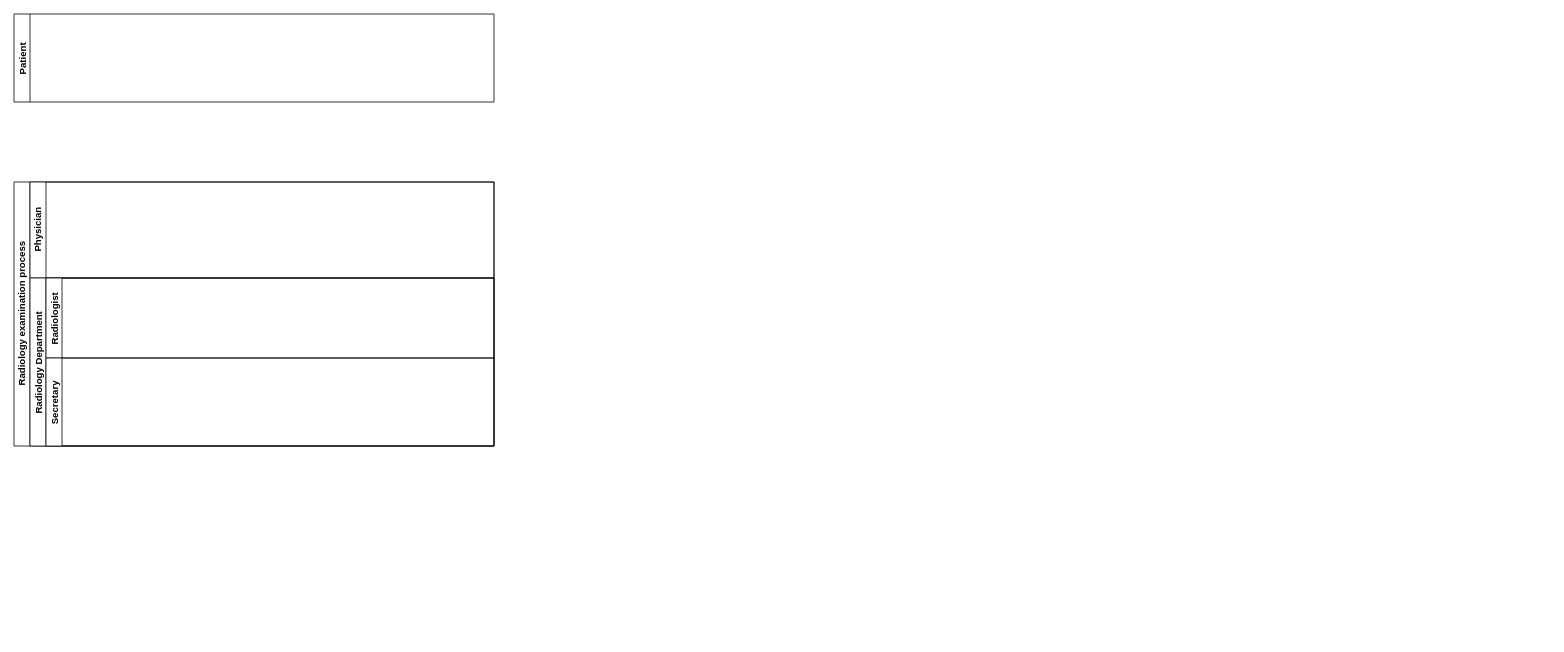
Earlier version of the draw.io diagram radiology_examinations.drawio (gullskatten/BPMN-models). Source tidied: cells renumbered, new cells numbered last; positions are measured from the earlier drawing's top-left corner, leaving out a move shared by most shapes. Both pictures are drawn from the tidied source at 80%, with x=0, y=0 at pixel (14, 14).
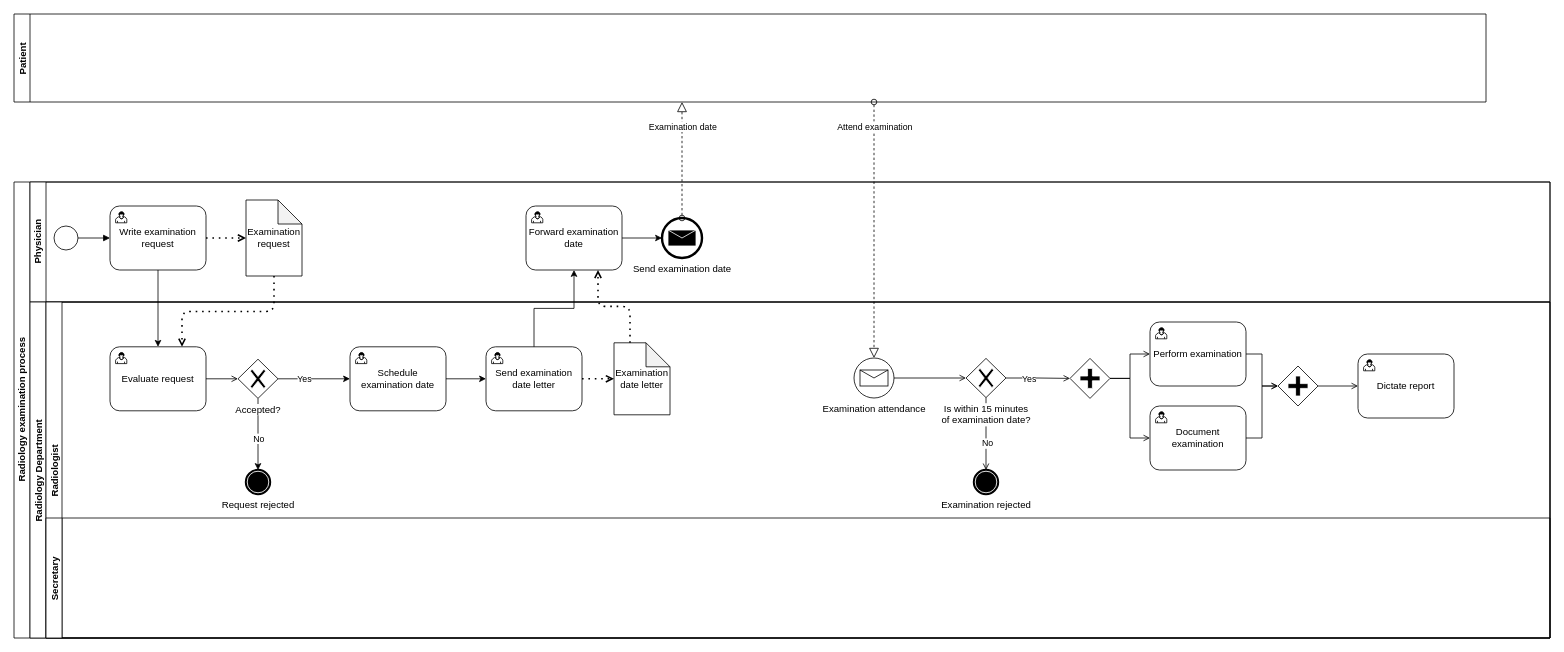
After the change.

Diff of the diagram source:
```diff
@@
     <mxCell id="2" value="Patient" style="swimlane;startSize=20;horizontal=0;" parent="1" vertex="1">
-      <mxGeometry width="600" height="110" as="geometry" />
+      <mxGeometry width="1840" height="110" as="geometry" />
     </mxCell>
     <mxCell id="3" value="Radiology examination process" style="swimlane;html=1;horizontal=0;startSize=20;" parent="1" vertex="1">
-      <mxGeometry y="210" width="600" height="330" as="geometry" />
+      <mxGeometry y="210" width="1920" height="570" as="geometry" />
     </mxCell>
     <mxCell id="4" value="Physician" style="swimlane;html=1;startSize=20;horizontal=0;" parent="3" vertex="1">
-      <mxGeometry x="20" width="580" height="120" as="geometry" />
+      <mxGeometry x="20" width="1900" height="150" as="geometry" />
     </mxCell>
+    <mxCell id="8" style="endArrow=block;endFill=1;endSize=6;html=1;exitX=1;exitY=0.5;exitDx=0;exitDy=0;entryX=0;entryY=0.5;entryDx=0;entryDy=0;" parent="4" edge="1" source="11" target="12">
+      <mxGeometry relative="1" as="geometry" />
+    </mxCell>
+    <mxCell id="9" style="edgeStyle=orthogonalEdgeStyle;rounded=0;jettySize=auto;html=1;" parent="4" edge="1" source="14" target="10">
+      <mxGeometry relative="1" as="geometry" />
+    </mxCell>
+    <mxCell id="10" value="Send examination date" style="shape=mxgraph.bpmn.shape;html=1;verticalLabelPosition=bottom;labelBackgroundColor=#ffffff;verticalAlign=top;align=center;perimeter=ellipsePerimeter;outlineConnect=0;outline=end;symbol=message;" parent="4" vertex="1">
+      <mxGeometry x="790" y="45" width="50" height="50" as="geometry" />
+    </mxCell>
+    <mxCell id="11" style="shape=mxgraph.bpmn.shape;html=1;verticalLabelPosition=bottom;labelBackgroundColor=#ffffff;verticalAlign=top;align=center;perimeter=ellipsePerimeter;outlineConnect=0;outline=standard;symbol=general;" parent="4" vertex="1">
+      <mxGeometry x="30" y="55" width="30" height="30" as="geometry" />
+    </mxCell>
+    <mxCell id="12" value="Write examination request" style="html=1;whiteSpace=wrap;rounded=1;" parent="4" vertex="1">
+      <mxGeometry x="100" y="30" width="120" height="80" as="geometry" />
+    </mxCell>
+    <mxCell id="13" style="html=1;shape=mxgraph.bpmn.user_task;" parent="12" vertex="1">
+      <mxGeometry width="14" height="14" relative="1" as="geometry">
+        <mxPoint x="7" y="7" as="offset" />
+      </mxGeometry>
+    </mxCell>
+    <mxCell id="14" value="Forward examination date" style="html=1;whiteSpace=wrap;rounded=1;" parent="4" vertex="1">
+      <mxGeometry x="620" y="30" width="120" height="80" as="geometry" />
+    </mxCell>
+    <mxCell id="15" style="html=1;shape=mxgraph.bpmn.user_task;" parent="14" vertex="1">
+      <mxGeometry width="14" height="14" relative="1" as="geometry">
+        <mxPoint x="7" y="7" as="offset" />
+      </mxGeometry>
+    </mxCell>
+    <mxCell id="16" style="endArrow=open;dashed=1;html=1;dashPattern=1 3;strokeWidth=2;exitX=1;exitY=0.5;exitDx=0;exitDy=0;entryX=0;entryY=0.5;entryDx=0;entryDy=0;endFill=0;edgeStyle=orthogonalEdgeStyle;entryPerimeter=0;" parent="4" edge="1" source="12" target="17">
+      <mxGeometry relative="1" as="geometry" />
+    </mxCell>
+    <mxCell id="17" value="Examination request" style="shape=note;whiteSpace=wrap;html=1;backgroundOutline=1;darkOpacity=0.05;" parent="4" vertex="1">
+      <mxGeometry x="270" y="22.5" width="70" height="95" as="geometry" />
+    </mxCell>
     <mxCell id="5" value="Radiology Department" style="swimlane;startSize=20;horizontal=0;" parent="3" vertex="1">
-      <mxGeometry x="20" y="120" width="580" height="210" as="geometry" />
+      <mxGeometry x="20" y="150" width="1900" height="420" as="geometry" />
     </mxCell>
     <mxCell id="6" value="Radiologist" style="swimlane;startSize=20;horizontal=0;" parent="5" vertex="1">
-      <mxGeometry x="20" width="560" height="100" as="geometry" />
+      <mxGeometry x="20" width="1880" height="420" as="geometry" />
     </mxCell>
+    <mxCell id="18" style="edgeStyle=orthogonalEdgeStyle;rounded=0;jettySize=auto;html=1;entryX=0.5;entryY=0;entryDx=0;entryDy=0;exitX=0.5;exitY=1;exitDx=0;exitDy=0;" parent="6" edge="1" source="36" target="52">
+      <mxGeometry relative="1" as="geometry" />
+    </mxCell>
+    <mxCell id="19" value="No" style="edgeLabel;html=1;align=center;verticalAlign=middle;" parent="18" vertex="1">
+      <mxGeometry x="-0.3" y="1" relative="1" as="geometry">
+        <mxPoint x="-1" y="18.6" as="offset" />
+      </mxGeometry>
+    </mxCell>
+    <mxCell id="20" style="edgeStyle=orthogonalEdgeStyle;rounded=0;jettySize=auto;html=1;entryX=0;entryY=0.5;entryDx=0;entryDy=0;" parent="6" edge="1" source="36" target="37">
+      <mxGeometry relative="1" as="geometry" />
+    </mxCell>
+    <mxCell id="21" value="Yes" style="edgeLabel;html=1;align=center;verticalAlign=middle;" parent="20" vertex="1">
+      <mxGeometry x="-0.28" relative="1" as="geometry" />
+    </mxCell>
+    <mxCell id="22" style="edgeStyle=orthogonalEdgeStyle;rounded=0;jettySize=auto;html=1;entryX=0.5;entryY=0;entryDx=0;entryDy=0;endArrow=open;endFill=0;" parent="6" edge="1" source="40" target="53">
+      <mxGeometry relative="1" as="geometry" />
+    </mxCell>
+    <mxCell id="23" value="No" style="edgeLabel;html=1;align=center;verticalAlign=middle;" parent="22" vertex="1">
+      <mxGeometry x="0.26" y="1" relative="1" as="geometry" />
+    </mxCell>
+    <mxCell id="24" style="edgeStyle=orthogonalEdgeStyle;rounded=0;jettySize=auto;html=1;endArrow=open;endFill=0;entryX=0;entryY=0.5;entryDx=0;entryDy=0;" parent="6" edge="1" source="40" target="44">
+      <mxGeometry relative="1" as="geometry" />
+    </mxCell>
+    <mxCell id="25" value="Yes" style="edgeLabel;html=1;align=center;verticalAlign=middle;" parent="24" vertex="1">
+      <mxGeometry x="-0.3" y="-5" relative="1" as="geometry">
+        <mxPoint y="-4" as="offset" />
+      </mxGeometry>
+    </mxCell>
+    <mxCell id="26" style="edgeStyle=orthogonalEdgeStyle;rounded=0;jettySize=auto;html=1;entryX=0;entryY=0.5;entryDx=0;entryDy=0;endArrow=open;endFill=0;" parent="6" edge="1" source="27" target="48">
+      <mxGeometry relative="1" as="geometry" />
+    </mxCell>
+    <mxCell id="27" value="Perform examination" style="html=1;whiteSpace=wrap;rounded=1;" parent="6" vertex="1">
+      <mxGeometry x="1380" y="25" width="120" height="80" as="geometry" />
+    </mxCell>
+    <mxCell id="28" style="html=1;shape=mxgraph.bpmn.user_task;" parent="27" vertex="1">
+      <mxGeometry width="14" height="14" relative="1" as="geometry">
+        <mxPoint x="7" y="7" as="offset" />
+      </mxGeometry>
+    </mxCell>
+    <mxCell id="29" value="Send examination date letter" style="html=1;whiteSpace=wrap;rounded=1;" parent="6" vertex="1">
+      <mxGeometry x="550" y="56" width="120" height="80" as="geometry" />
+    </mxCell>
+    <mxCell id="30" style="html=1;shape=mxgraph.bpmn.user_task;" parent="29" vertex="1">
+      <mxGeometry width="14" height="14" relative="1" as="geometry">
+        <mxPoint x="7" y="7" as="offset" />
+      </mxGeometry>
+    </mxCell>
+    <mxCell id="31" style="edgeStyle=orthogonalEdgeStyle;rounded=0;jettySize=auto;html=1;entryX=0;entryY=0.5;entryDx=0;entryDy=0;" parent="6" edge="1" source="37" target="29">
+      <mxGeometry relative="1" as="geometry" />
+    </mxCell>
+    <mxCell id="32" style="endArrow=open;dashed=1;html=1;dashPattern=1 3;strokeWidth=2;exitX=1;exitY=0.5;exitDx=0;exitDy=0;entryX=0;entryY=0.5;entryDx=0;entryDy=0;entryPerimeter=0;endFill=0;" parent="6" edge="1" source="29" target="39">
+      <mxGeometry relative="1" as="geometry" />
+    </mxCell>
+    <mxCell id="33" style="edgeStyle=orthogonalEdgeStyle;rounded=0;jettySize=auto;html=1;entryX=0;entryY=0.5;entryDx=0;entryDy=0;endArrow=open;endFill=0;" parent="6" edge="1" source="34" target="36">
+      <mxGeometry relative="1" as="geometry" />
+    </mxCell>
+    <mxCell id="34" value="Evaluate request" style="html=1;whiteSpace=wrap;rounded=1;" parent="6" vertex="1">
+      <mxGeometry x="80" y="56" width="120" height="80" as="geometry" />
+    </mxCell>
+    <mxCell id="35" style="html=1;shape=mxgraph.bpmn.user_task;" parent="34" vertex="1">
+      <mxGeometry width="14" height="14" relative="1" as="geometry">
+        <mxPoint x="7" y="7" as="offset" />
+      </mxGeometry>
+    </mxCell>
+    <mxCell id="36" value="Accepted?" style="shape=mxgraph.bpmn.shape;html=1;verticalLabelPosition=bottom;labelBackgroundColor=#ffffff;verticalAlign=top;align=center;perimeter=rhombusPerimeter;background=gateway;outlineConnect=0;outline=none;symbol=exclusiveGw;" parent="6" vertex="1">
+      <mxGeometry x="240" y="71.5" width="50" height="49" as="geometry" />
+    </mxCell>
+    <mxCell id="37" value="Schedule examination date" style="html=1;whiteSpace=wrap;rounded=1;" parent="6" vertex="1">
+      <mxGeometry x="380" y="56" width="120" height="80" as="geometry" />
+    </mxCell>
+    <mxCell id="38" style="html=1;shape=mxgraph.bpmn.user_task;" parent="37" vertex="1">
+      <mxGeometry width="14" height="14" relative="1" as="geometry">
+        <mxPoint x="7" y="7" as="offset" />
+      </mxGeometry>
+    </mxCell>
+    <mxCell id="39" value="Examination date letter" style="shape=note;whiteSpace=wrap;html=1;backgroundOutline=1;darkOpacity=0.05;" parent="6" vertex="1">
+      <mxGeometry x="710" y="51" width="70" height="90" as="geometry" />
+    </mxCell>
+    <mxCell id="40" value="Is within 15 minutes&lt;br&gt;of examination date?" style="shape=mxgraph.bpmn.shape;html=1;verticalLabelPosition=bottom;labelBackgroundColor=#ffffff;verticalAlign=top;align=center;perimeter=rhombusPerimeter;background=gateway;outlineConnect=0;outline=none;symbol=exclusiveGw;" parent="6" vertex="1">
+      <mxGeometry x="1150" y="70.5" width="50" height="49" as="geometry" />
+    </mxCell>
+    <mxCell id="41" value="Examination attendance" style="shape=mxgraph.bpmn.shape;html=1;verticalLabelPosition=bottom;labelBackgroundColor=#ffffff;verticalAlign=top;align=center;perimeter=ellipsePerimeter;outlineConnect=0;outline=standard;symbol=message;" parent="6" vertex="1">
+      <mxGeometry x="1010" y="70" width="50" height="50" as="geometry" />
+    </mxCell>
+    <mxCell id="42" style="edgeStyle=orthogonalEdgeStyle;rounded=0;jettySize=auto;html=1;entryX=0;entryY=0.5;entryDx=0;entryDy=0;endArrow=open;endFill=0;" parent="6" edge="1" source="44" target="27">
+      <mxGeometry relative="1" as="geometry" />
+    </mxCell>
+    <mxCell id="43" style="edgeStyle=orthogonalEdgeStyle;rounded=0;jettySize=auto;html=1;entryX=0;entryY=0.5;entryDx=0;entryDy=0;endArrow=open;endFill=0;" parent="6" edge="1" source="44" target="50">
+      <mxGeometry relative="1" as="geometry" />
+    </mxCell>
+    <mxCell id="44" style="shape=mxgraph.bpmn.shape;html=1;verticalLabelPosition=bottom;labelBackgroundColor=#ffffff;verticalAlign=top;align=center;perimeter=rhombusPerimeter;background=gateway;outlineConnect=0;outline=none;symbol=parallelGw;" parent="6" vertex="1">
+      <mxGeometry x="1280" y="70.5" width="50" height="50" as="geometry" />
+    </mxCell>
+    <mxCell id="45" value="Dictate report" style="html=1;whiteSpace=wrap;rounded=1;" parent="6" vertex="1">
+      <mxGeometry x="1640" y="65" width="120" height="80" as="geometry" />
+    </mxCell>
+    <mxCell id="46" style="html=1;shape=mxgraph.bpmn.user_task;" parent="45" vertex="1">
+      <mxGeometry width="14" height="14" relative="1" as="geometry">
+        <mxPoint x="7" y="7" as="offset" />
+      </mxGeometry>
+    </mxCell>
+    <mxCell id="47" style="edgeStyle=orthogonalEdgeStyle;rounded=0;jettySize=auto;html=1;entryX=0;entryY=0.5;entryDx=0;entryDy=0;endArrow=open;endFill=0;" parent="6" edge="1" source="48" target="45">
+      <mxGeometry relative="1" as="geometry" />
+    </mxCell>
+    <mxCell id="48" style="shape=mxgraph.bpmn.shape;html=1;verticalLabelPosition=bottom;labelBackgroundColor=#ffffff;verticalAlign=top;align=center;perimeter=rhombusPerimeter;background=gateway;outlineConnect=0;outline=none;symbol=parallelGw;" parent="6" vertex="1">
+      <mxGeometry x="1540" y="80" width="50" height="50" as="geometry" />
+    </mxCell>
+    <mxCell id="49" style="edgeStyle=orthogonalEdgeStyle;rounded=0;jettySize=auto;html=1;endArrow=open;endFill=0;" parent="6" edge="1" source="50" target="48">
+      <mxGeometry relative="1" as="geometry" />
+    </mxCell>
+    <mxCell id="50" value="Document examination" style="html=1;whiteSpace=wrap;rounded=1;" parent="6" vertex="1">
+      <mxGeometry x="1380" y="130" width="120" height="80" as="geometry" />
+    </mxCell>
+    <mxCell id="51" style="html=1;shape=mxgraph.bpmn.user_task;" parent="50" vertex="1">
+      <mxGeometry width="14" height="14" relative="1" as="geometry">
+        <mxPoint x="7" y="7" as="offset" />
+      </mxGeometry>
+    </mxCell>
+    <mxCell id="52" value="Request rejected" style="shape=mxgraph.bpmn.shape;html=1;verticalLabelPosition=bottom;labelBackgroundColor=#ffffff;verticalAlign=top;align=center;perimeter=ellipsePerimeter;outlineConnect=0;outline=end;symbol=terminate;" parent="6" vertex="1">
+      <mxGeometry x="250" y="210" width="30" height="30" as="geometry" />
+    </mxCell>
+    <mxCell id="53" value="Examination rejected" style="shape=mxgraph.bpmn.shape;html=1;verticalLabelPosition=bottom;labelBackgroundColor=#ffffff;verticalAlign=top;align=center;perimeter=ellipsePerimeter;outlineConnect=0;outline=end;symbol=terminate;" parent="6" vertex="1">
+      <mxGeometry x="1160" y="210" width="30" height="30" as="geometry" />
+    </mxCell>
-    <mxCell id="7" value="Secretary" style="swimlane;startSize=20;horizontal=0;" parent="5" vertex="1">
-      <mxGeometry x="20" y="100" width="560" height="110" as="geometry" />
+    <mxCell id="7" value="Secretary" style="swimlane;startSize=20;horizontal=0;" parent="6" vertex="1">
+      <mxGeometry y="270" width="1880" height="150" as="geometry" />
     </mxCell>
+    <mxCell id="54" style="edgeStyle=orthogonalEdgeStyle;rounded=0;jettySize=auto;html=1;entryX=0;entryY=0.5;entryDx=0;entryDy=0;endArrow=open;endFill=0;exitX=1;exitY=0.5;exitDx=0;exitDy=0;" parent="6" edge="1" source="41" target="40">
+      <mxGeometry relative="1" as="geometry" />
+    </mxCell>
+    <mxCell id="55" style="edgeStyle=orthogonalEdgeStyle;rounded=0;jettySize=auto;html=1;" parent="3" edge="1" source="12" target="34">
+      <mxGeometry relative="1" as="geometry" />
+    </mxCell>
+    <mxCell id="56" style="edgeStyle=orthogonalEdgeStyle;rounded=0;jettySize=auto;html=1;entryX=0.5;entryY=1;entryDx=0;entryDy=0;" parent="3" edge="1" source="29" target="14">
+      <mxGeometry relative="1" as="geometry" />
+    </mxCell>
+    <mxCell id="57" style="endArrow=open;dashed=1;html=1;dashPattern=1 3;strokeWidth=2;exitX=0;exitY=0;exitDx=20;exitDy=0;entryX=0.75;entryY=1;entryDx=0;entryDy=0;endFill=0;exitPerimeter=0;edgeStyle=orthogonalEdgeStyle;" parent="3" edge="1" source="39" target="14">
+      <mxGeometry relative="1" as="geometry" />
+    </mxCell>
+    <mxCell id="58" style="endArrow=open;dashed=1;html=1;dashPattern=1 3;strokeWidth=2;exitX=0.5;exitY=1;exitDx=0;exitDy=0;entryX=0.75;entryY=0;entryDx=0;entryDy=0;endFill=0;exitPerimeter=0;edgeStyle=orthogonalEdgeStyle;" parent="3" edge="1" source="17" target="34">
+      <mxGeometry relative="1" as="geometry" />
+    </mxCell>
+    <mxCell id="59" style="startArrow=oval;startFill=0;startSize=7;endArrow=block;endFill=0;endSize=10;dashed=1;html=1;exitX=0.5;exitY=0;exitDx=0;exitDy=0;" parent="1" edge="1" source="10">
+      <mxGeometry relative="1" as="geometry">
+        <mxPoint x="835" y="110" as="targetPoint" />
+      </mxGeometry>
+    </mxCell>
+    <mxCell id="60" value="Examination date" style="edgeLabel;html=1;align=center;verticalAlign=middle;" parent="59" vertex="1">
+      <mxGeometry x="0.59" relative="1" as="geometry" />
+    </mxCell>
+    <mxCell id="61" style="startArrow=oval;startFill=0;startSize=7;endArrow=block;endFill=0;endSize=10;dashed=1;html=1;entryX=0.5;entryY=0;entryDx=0;entryDy=0;" parent="1" edge="1" target="41">
+      <mxGeometry relative="1" as="geometry">
+        <mxPoint x="1075" y="110" as="sourcePoint" />
+      </mxGeometry>
+    </mxCell>
+    <mxCell id="62" value="Attend examination" style="edgeLabel;html=1;align=center;verticalAlign=middle;" parent="61" vertex="1">
+      <mxGeometry x="0.59" relative="1" as="geometry">
+        <mxPoint y="-223.3" as="offset" />
+      </mxGeometry>
+    </mxCell>
```
